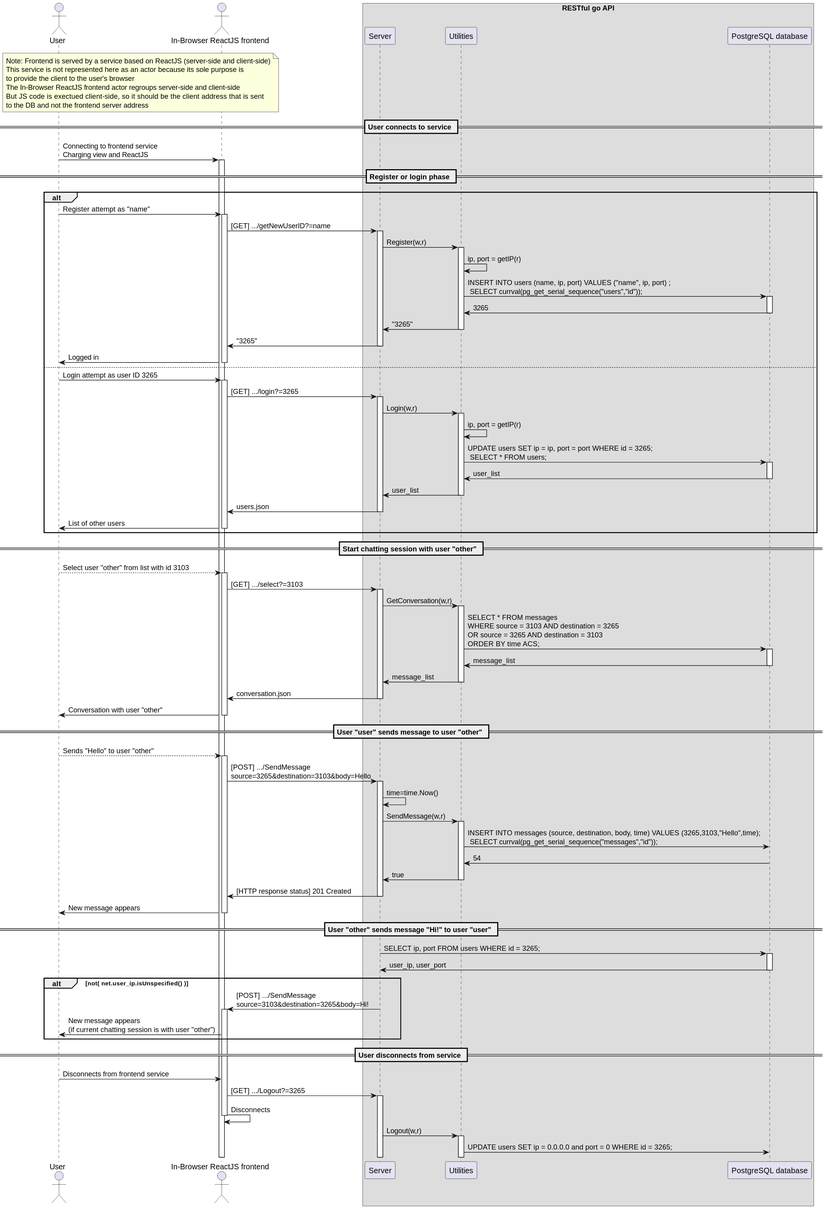
The PlantUML diagram exercice_2/plantuml/sequence_white_box.svg in scanim-valentin/training-restful-go, before a commit.
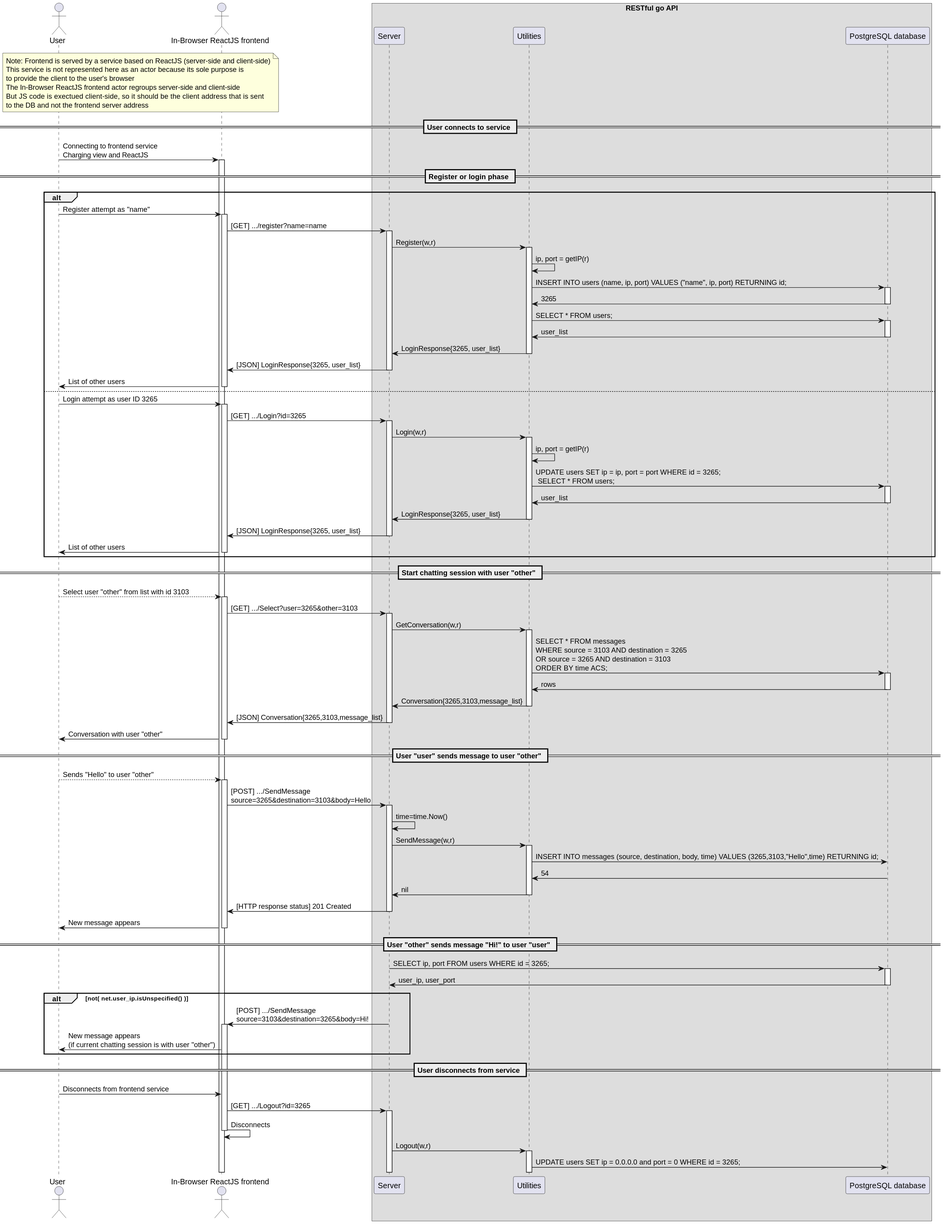
Later version of the same file.

Commit message:
e2: Frontend: Login frame, Chat frame (in progess)

Change to the diagram source:
```diff
@@ -16,34 +16,36 @@
 == Register or login phase ==
   alt
   User -> front++ : Register attempt as "name"
-    front -> server++ : [GET] .../getNewUserID?=name
+    front -> server++ : [GET] .../register?name=name
         server -> utils ++ : Register(w,r)
             utils -> utils : ip, port = getIP(r)
-            utils -> db ++  : INSERT INTO users (name, ip, port) VALUES ("name", ip, port) ;\n SELECT currval(pg_get_serial_sequence("users","id"));
+            utils -> db ++  : INSERT INTO users (name, ip, port) VALUES ("name", ip, port) RETURNING id;
             db -> utils -- : 3265
-        utils -> server -- : "3265"
-    server -> front -- : "3265"
-  front -> User -- : Logged in
+            utils -> db ++  : SELECT * FROM users;
+            db -> utils -- : user_list
+        utils -> server -- : LoginResponse{3265, user_list}
+    server -> front -- : [JSON] LoginResponse{3265, user_list}
+  front -> User -- : List of other users
   else
   User -> front++ : Login attempt as user ID 3265
-    front -> server++ : [GET] .../login?=3265
+    front -> server++ : [GET] .../Login?id=3265
         server -> utils ++ : Login(w,r)
             utils -> utils : ip, port = getIP(r)
             utils -> db ++  : UPDATE users SET ip = ip, port = port WHERE id = 3265;\n SELECT * FROM users;
             db -> utils -- : user_list
-        utils -> server -- : user_list
-    server -> front -- : users.json
+        utils -> server -- : LoginResponse{3265, user_list}
+    server -> front -- : [JSON] LoginResponse{3265, user_list}
   front -> User -- : List of other users
   end
 
 == Start chatting session with user "other" ==
   User --> front ++ : Select user "other" from list with id 3103
-    front -> server++ : [GET] .../select?=3103
+    front -> server++ : [GET] .../Select?user=3265&other=3103
         server -> utils ++ : GetConversation(w,r)
             utils -> db ++  : SELECT * FROM messages\nWHERE source = 3103 AND destination = 3265\nOR source = 3265 AND destination = 3103\nORDER BY time ACS;
-            db -> utils -- : message_list
-        utils -> server -- : message_list
-    server -> front -- : conversation.json
+            db -> utils -- : rows
+        utils -> server -- : Conversation{3265,3103,message_list}
+    server -> front -- : [JSON] Conversation{3265,3103,message_list}
   front -> User -- : Conversation with user "other"
 
 == User "user" sends message to user "other" ==
@@ -51,9 +53,9 @@
     front -> server++ : [POST] .../SendMessage\nsource=3265&destination=3103&body=Hello
         server -> server : time=time.Now()
         server -> utils ++ : SendMessage(w,r)
-            utils -> db  : INSERT INTO messages (source, destination, body, time) VALUES (3265,3103,"Hello",time);\n SELECT currval(pg_get_serial_sequence("messages","id"));
+            utils -> db  : INSERT INTO messages (source, destination, body, time) VALUES (3265,3103,"Hello",time) RETURNING id;
             db -> utils -- : 54
-        utils -> server -- : true
+        utils -> server -- : nil
     server -> front -- : [HTTP response status] 201 Created
   front -> User -- : New message appears
 
@@ -67,7 +69,7 @@
 
 == User disconnects from service ==
 User -> front : Disconnects from frontend service
-front -> server++ : [GET] .../Logout?=3265
+front -> server++ : [GET] .../Logout?id=3265
     front -> front -- : Disconnects
     server -> utils ++ : Logout(w,r)
         utils -> db  : UPDATE users SET ip = 0.0.0.0 and port = 0 WHERE id = 3265;
```
